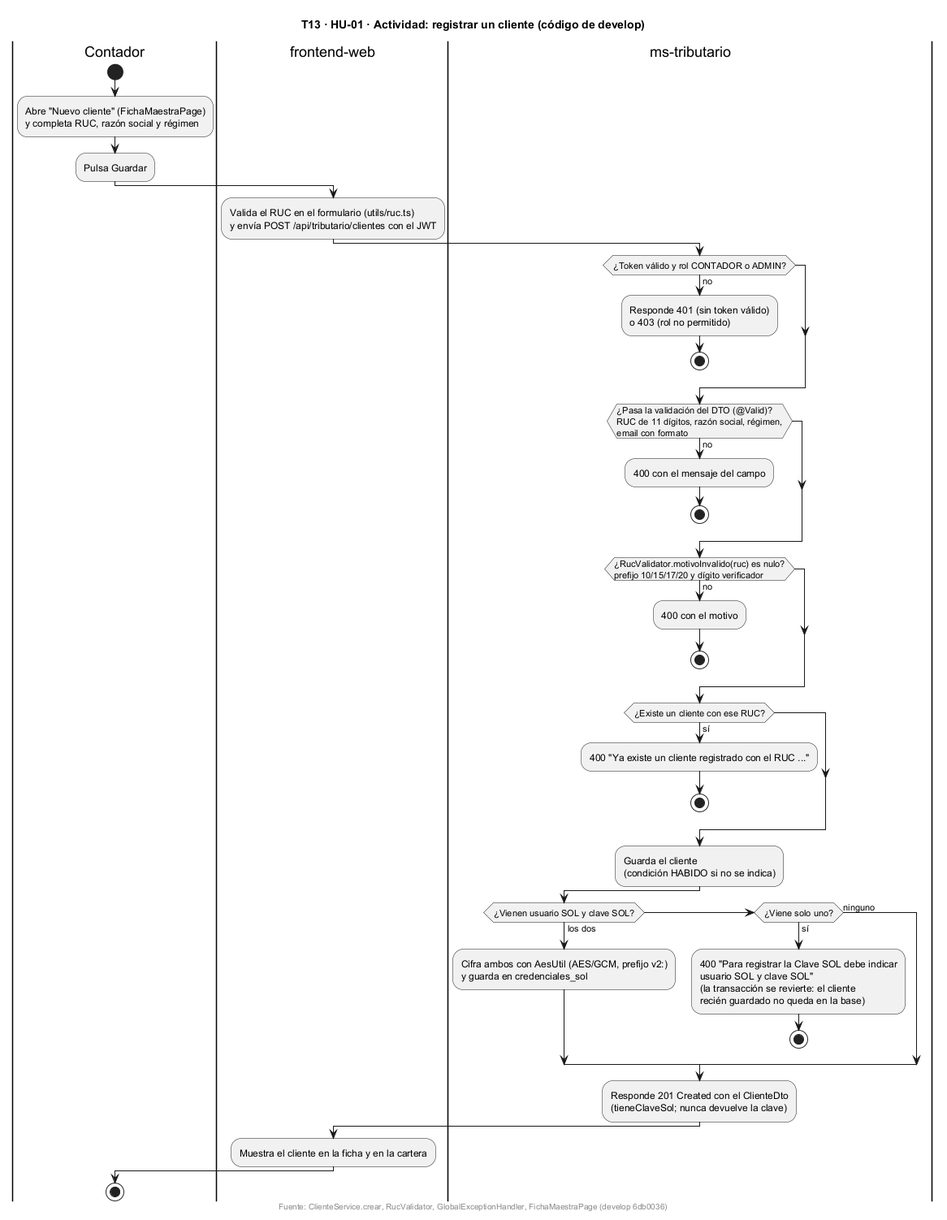
Above: docs/uml/img/T13-HU01-actividad.png in fabianrodriguez33/plus-contable (PlantUML), before the change.
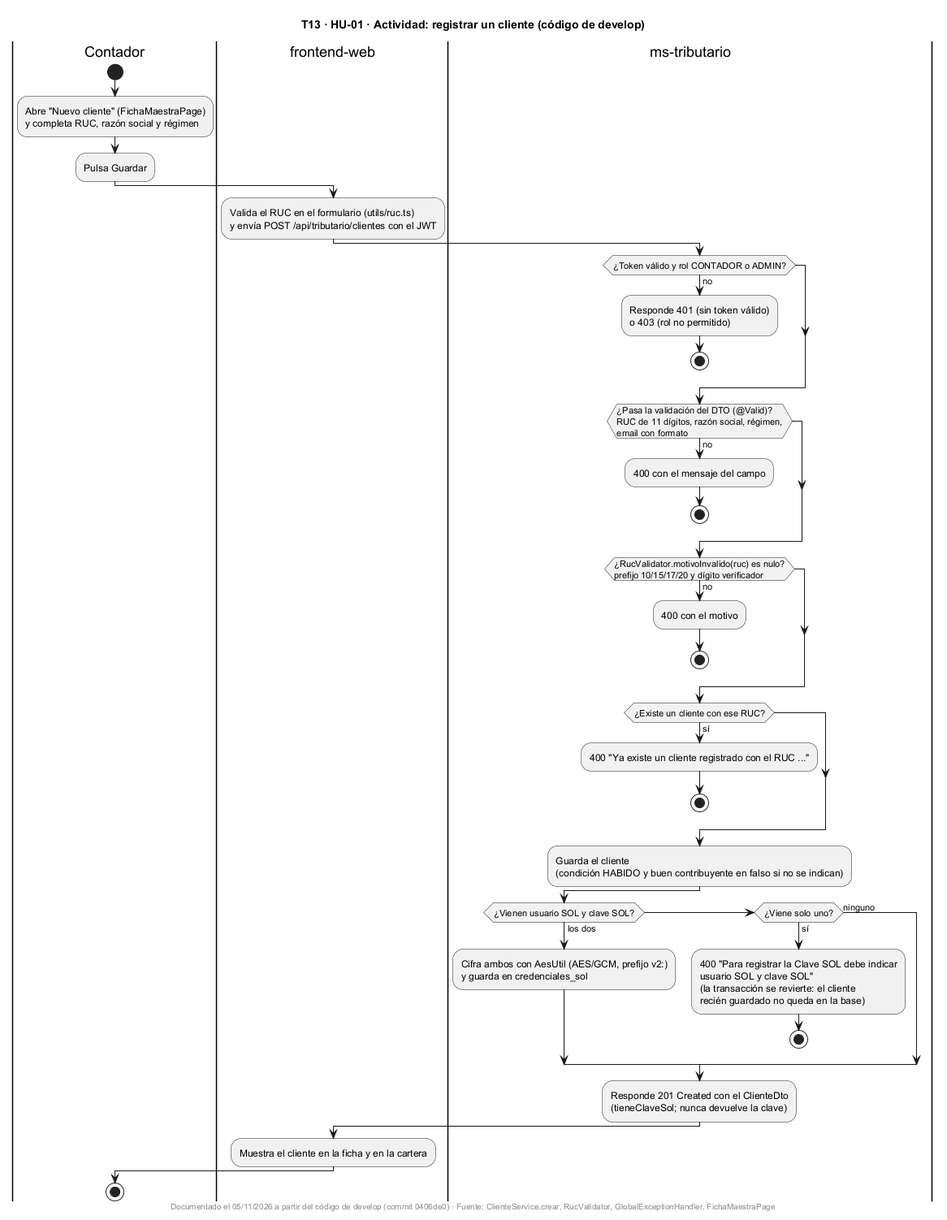
Later version of the same file.

What changed in the source:
```diff
@@ -32,7 +32,7 @@
   :400 "Ya existe un cliente registrado con el RUC ...";
   stop
 endif
-:Guarda el cliente\n(condición HABIDO si no se indica);
+:Guarda el cliente\n(condición HABIDO y buen contribuyente en falso si no se indican);
 if (¿Vienen usuario SOL y clave SOL?) then (los dos)
   :Cifra ambos con AesUtil (AES/GCM, prefijo v2:)
   y guarda en credenciales_sol;
@@ -53,5 +53,5 @@
 |Contador|
 stop
 
-footer Fuente: ClienteService.crear, RucValidator, GlobalExceptionHandler, FichaMaestraPage (develop 6db0036)
+footer Documentado el 05/11/2026 a partir del código de develop (commit 0406de0) · Fuente: ClienteService.crear, RucValidator, GlobalExceptionHandler, FichaMaestraPage
 @enduml
```
